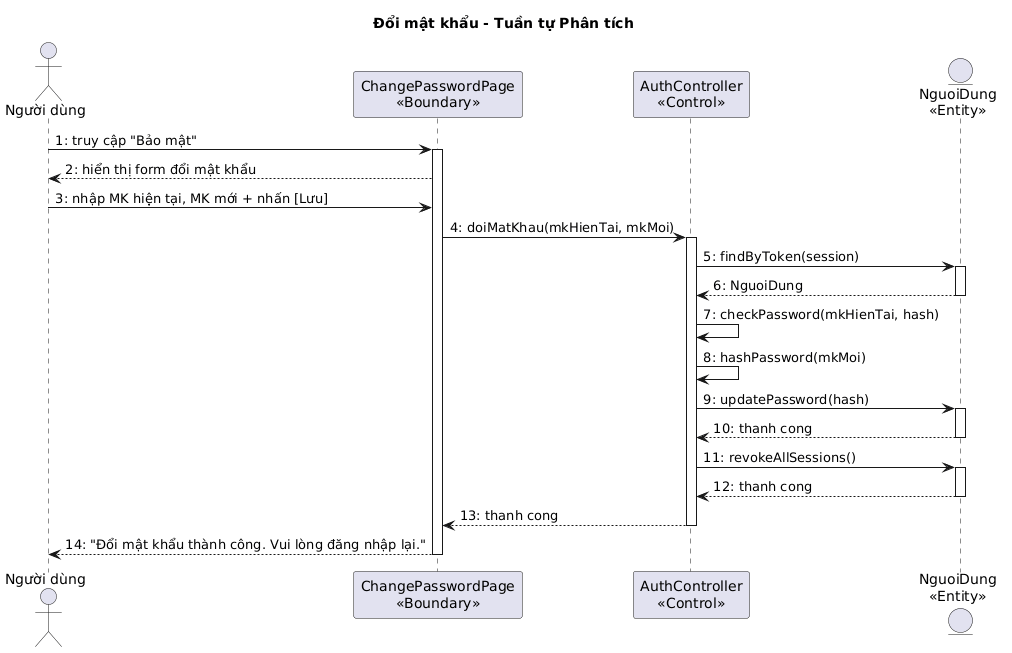
thanhtrnnn/cnpm keeps this PlantUML diagram as output/diagrams/account_seq_changepw.png. Above is the earlier version.
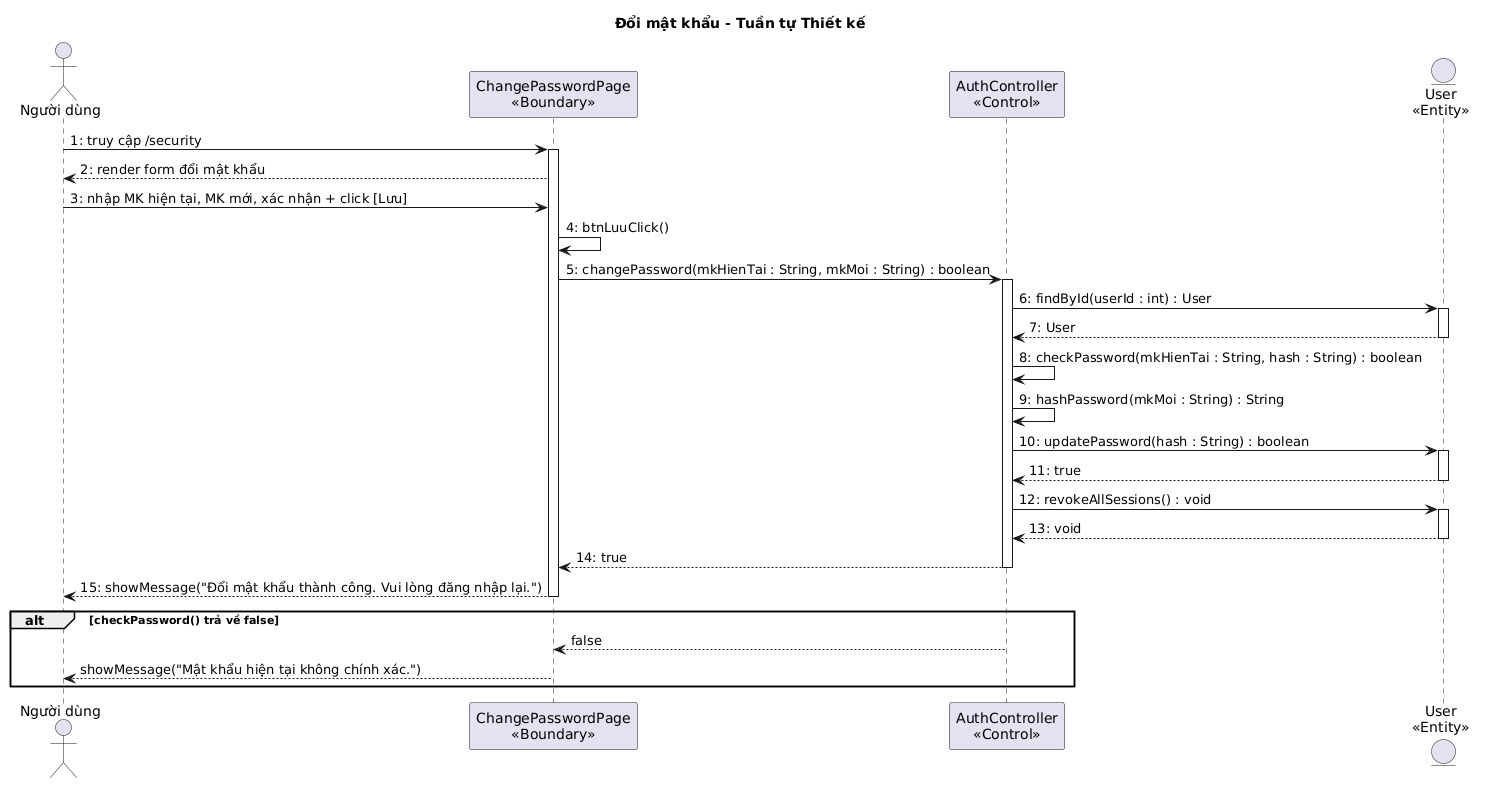
Above is the later version.

Change to the diagram source:
```diff
@@ -1,33 +1,39 @@
 @startuml
-title Đổi mật khẩu - Tuần tự Phân tích
+title Đổi mật khẩu - Tuần tự Thiết kế
 
 actor "Người dùng" as User
 participant "ChangePasswordPage\n<<Boundary>>" as B1
 participant "AuthController\n<<Control>>" as C1
-entity "NguoiDung\n<<Entity>>" as E1
+entity "User\n<<Entity>>" as E1
 
-User -> B1 : 1: truy cập "Bảo mật"
+User -> B1 : 1: truy cập /security
 activate B1
-B1 --> User : 2: hiển thị form đổi mật khẩu
-User -> B1 : 3: nhập MK hiện tại, MK mới + nhấn [Lưu]
-B1 -> C1 : 4: doiMatKhau(mkHienTai, mkMoi)
+B1 --> User : 2: render form đổi mật khẩu
+User -> B1 : 3: nhập MK hiện tại, MK mới, xác nhận + click [Lưu]
+B1 -> B1 : 4: btnLuuClick()
+B1 -> C1 : 5: changePassword(mkHienTai : String, mkMoi : String) : boolean
 activate C1
-C1 -> E1 : 5: findByToken(session)
+C1 -> E1 : 6: findById(userId : int) : User
 activate E1
-E1 --> C1 : 6: NguoiDung
+E1 --> C1 : 7: User
 deactivate E1
-C1 -> C1 : 7: checkPassword(mkHienTai, hash)
-C1 -> C1 : 8: hashPassword(mkMoi)
-C1 -> E1 : 9: updatePassword(hash)
+C1 -> C1 : 8: checkPassword(mkHienTai : String, hash : String) : boolean
+C1 -> C1 : 9: hashPassword(mkMoi : String) : String
+C1 -> E1 : 10: updatePassword(hash : String) : boolean
 activate E1
-E1 --> C1 : 10: thanh cong
+E1 --> C1 : 11: true
 deactivate E1
-C1 -> E1 : 11: revokeAllSessions()
+C1 -> E1 : 12: revokeAllSessions() : void
 activate E1
-E1 --> C1 : 12: thanh cong
+E1 --> C1 : 13: void
 deactivate E1
-C1 --> B1 : 13: thanh cong
+C1 --> B1 : 14: true
 deactivate C1
-B1 --> User : 14: "Đổi mật khẩu thành công. Vui lòng đăng nhập lại."
+B1 --> User : 15: showMessage("Đổi mật khẩu thành công. Vui lòng đăng nhập lại.")
 deactivate B1
+
+alt checkPassword() trả về false
+  C1 --> B1 : false
+  B1 --> User : showMessage("Mật khẩu hiện tại không chính xác.")
+end
 @enduml
```
